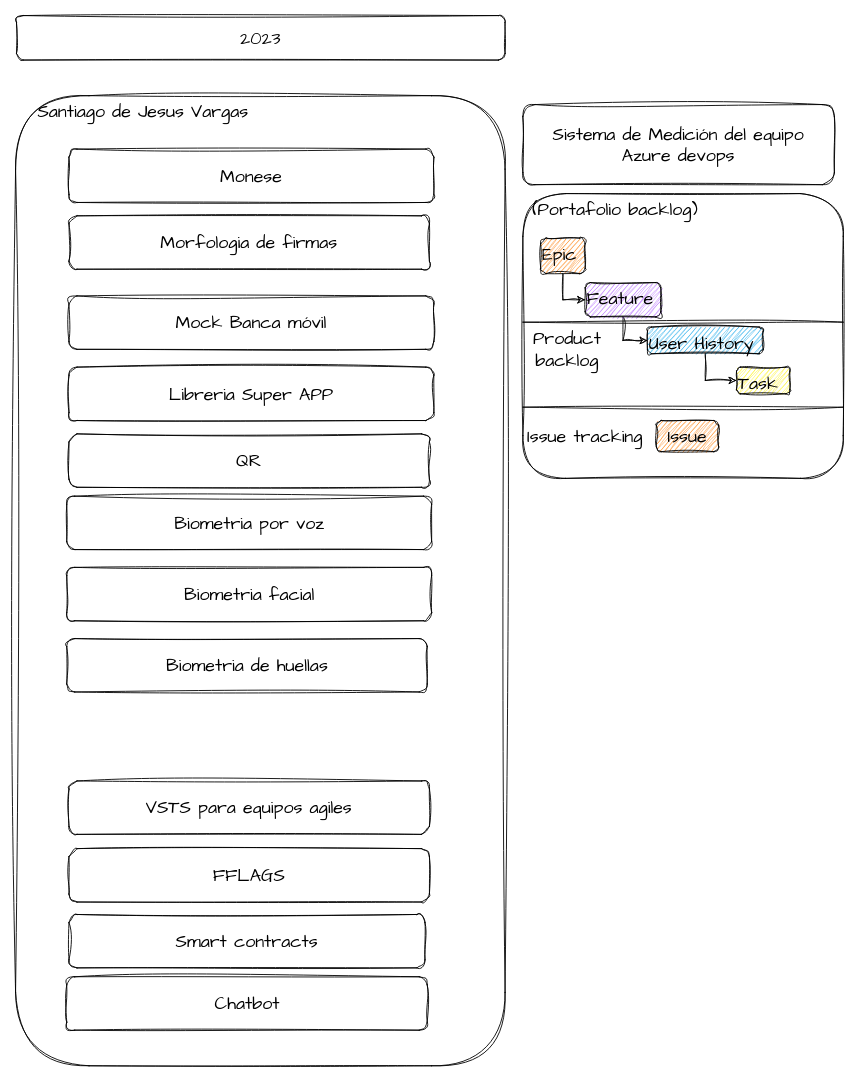
Before: page "POC" (2 of 2) of Custodia iniciativas.drawio in santiagovb/Diagramas, a draw.io diagram. Source tidied: cells renumbered, new cells numbered last; positions are measured from the earlier drawing's top-left corner, leaving out a move shared by most shapes. Both pictures are drawn from the tidied source at 89%, with x=0, y=0 at pixel (15, 15).
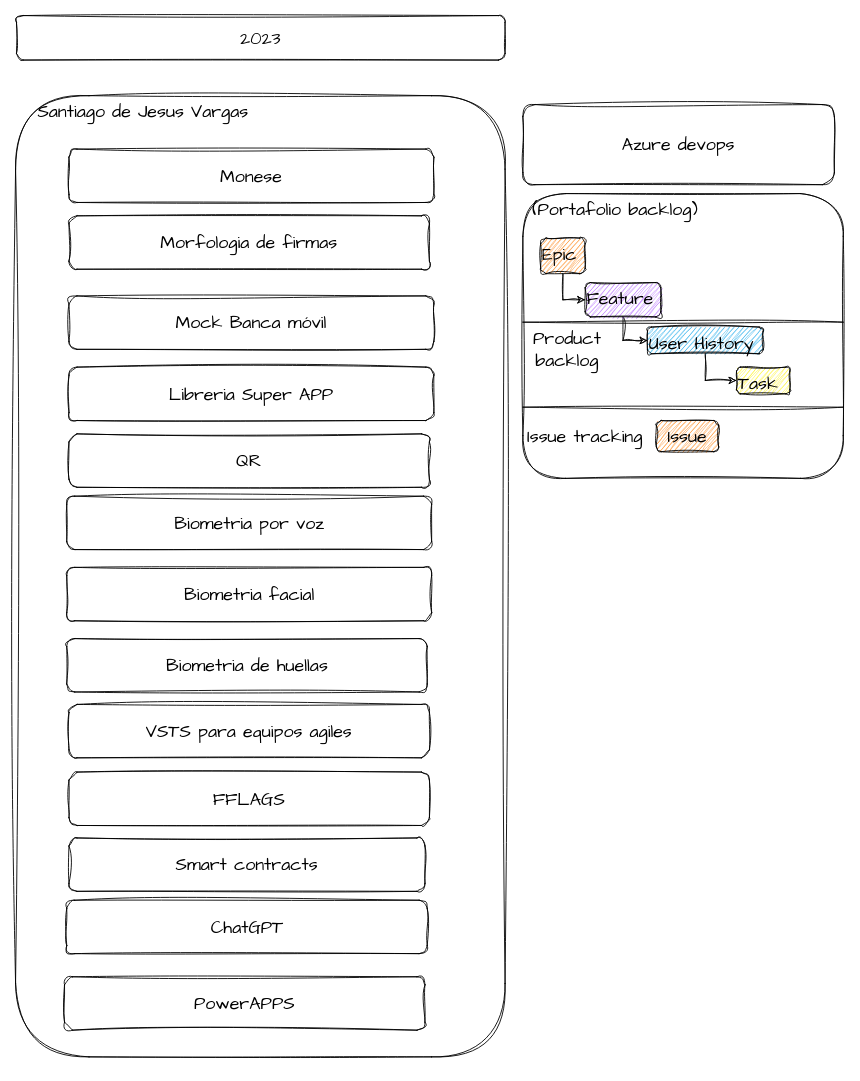
The same page after the edit.

The edit, as a diff of the source:
```diff
@@
     <mxCell id="2" value="Santiago de Jesus Vargas" style="rounded=1;whiteSpace=wrap;html=1;sketch=1;hachureGap=4;jiggle=2;curveFitting=1;fontFamily=Architects Daughter;fontSize=20;fontColor=#000000;labelBackgroundColor=none;verticalAlign=top;align=left;spacingLeft=23;" parent="1" vertex="1">
-      <mxGeometry y="90" width="550" height="1090" as="geometry" />
+      <mxGeometry y="90" width="550" height="1080" as="geometry" />
     </mxCell>
@@
     <mxCell id="8" value="Smart contracts" style="rounded=1;whiteSpace=wrap;html=1;sketch=1;hachureGap=4;jiggle=2;curveFitting=1;fontFamily=Architects Daughter;fontSize=20;fontColor=#000000;labelBackgroundColor=none;" parent="1" vertex="1">
-      <mxGeometry x="60" y="1010" width="400" height="60" as="geometry" />
+      <mxGeometry x="60" y="924" width="400" height="60" as="geometry" />
     </mxCell>
-    <mxCell id="9" value="Chatbot" style="rounded=1;whiteSpace=wrap;html=1;sketch=1;hachureGap=4;jiggle=2;curveFitting=1;fontFamily=Architects Daughter;fontSize=20;fontColor=#000000;labelBackgroundColor=none;" parent="1" vertex="1">
-      <mxGeometry x="57.5" y="1080" width="405" height="60" as="geometry" />
+    <mxCell id="9" value="ChatGPT" style="rounded=1;whiteSpace=wrap;html=1;sketch=1;hachureGap=4;jiggle=2;curveFitting=1;fontFamily=Architects Daughter;fontSize=20;fontColor=#000000;labelBackgroundColor=none;" parent="1" vertex="1">
+      <mxGeometry x="57.5" y="994" width="405" height="60" as="geometry" />
     </mxCell>
@@
     <mxCell id="13" value="VSTS para equipos agiles" style="rounded=1;whiteSpace=wrap;html=1;sketch=1;hachureGap=4;jiggle=2;curveFitting=1;fontFamily=Architects Daughter;fontSize=20;fontColor=#000000;labelBackgroundColor=none;" parent="1" vertex="1">
-      <mxGeometry x="60" y="860" width="405" height="60" as="geometry" />
+      <mxGeometry x="60" y="774" width="405" height="60" as="geometry" />
     </mxCell>
     <mxCell id="14" value="FFLAGS" style="rounded=1;whiteSpace=wrap;html=1;sketch=1;hachureGap=4;jiggle=2;curveFitting=1;fontFamily=Architects Daughter;fontSize=20;fontColor=#000000;labelBackgroundColor=none;" parent="1" vertex="1">
-      <mxGeometry x="60" y="936" width="405" height="60" as="geometry" />
+      <mxGeometry x="60" y="850" width="405" height="60" as="geometry" />
     </mxCell>
-    <mxCell id="15" value="Sistema de Medición del equipo&lt;br&gt;Azure devops" style="rounded=1;whiteSpace=wrap;html=1;sketch=1;hachureGap=4;jiggle=2;curveFitting=1;fontFamily=Architects Daughter;fontSize=20;" parent="1" vertex="1">
+    <mxCell id="15" value="Azure devops" style="rounded=1;whiteSpace=wrap;html=1;sketch=1;hachureGap=4;jiggle=2;curveFitting=1;fontFamily=Architects Daughter;fontSize=20;" parent="1" vertex="1">
       <mxGeometry x="570" y="100" width="350" height="90" as="geometry" />
     </mxCell>
@@
+    <mxCell id="30" value="PowerAPPS" style="rounded=1;whiteSpace=wrap;html=1;sketch=1;hachureGap=4;jiggle=2;curveFitting=1;fontFamily=Architects Daughter;fontSize=20;fontColor=#000000;labelBackgroundColor=none;" parent="1" vertex="1">
+      <mxGeometry x="55" y="1080" width="405" height="60" as="geometry" />
+    </mxCell>
```
